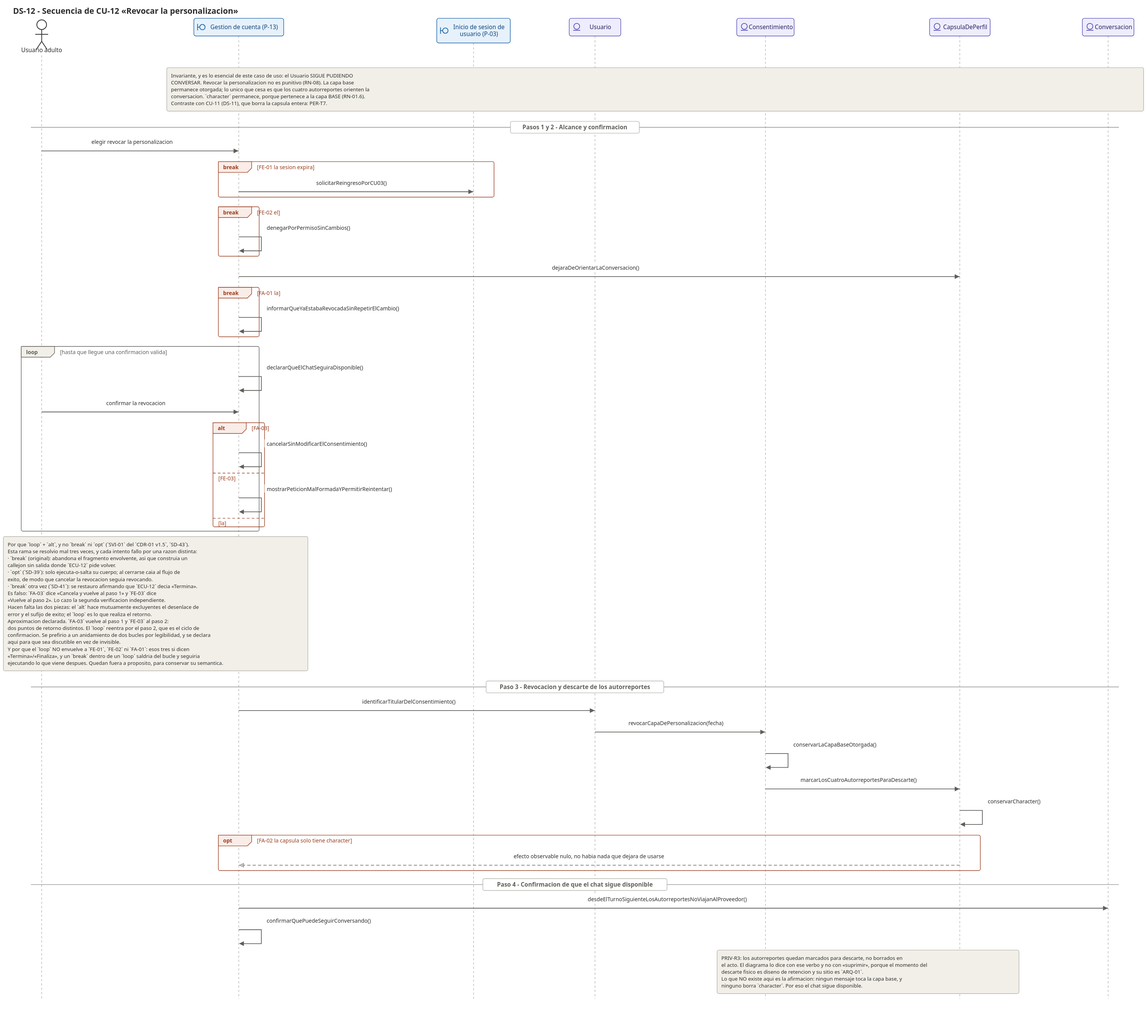
The PlantUML diagram docs/07_casos_uso/secuencia/svg/DS-12_secuencia_revocar_la_personalizacion.svg in jonatan8254/alan-aura-academico, before a commit. Its source is kept beside it as docs/07_casos_uso/secuencia/puml/DS-12_secuencia_revocar_la_personalizacion.puml.
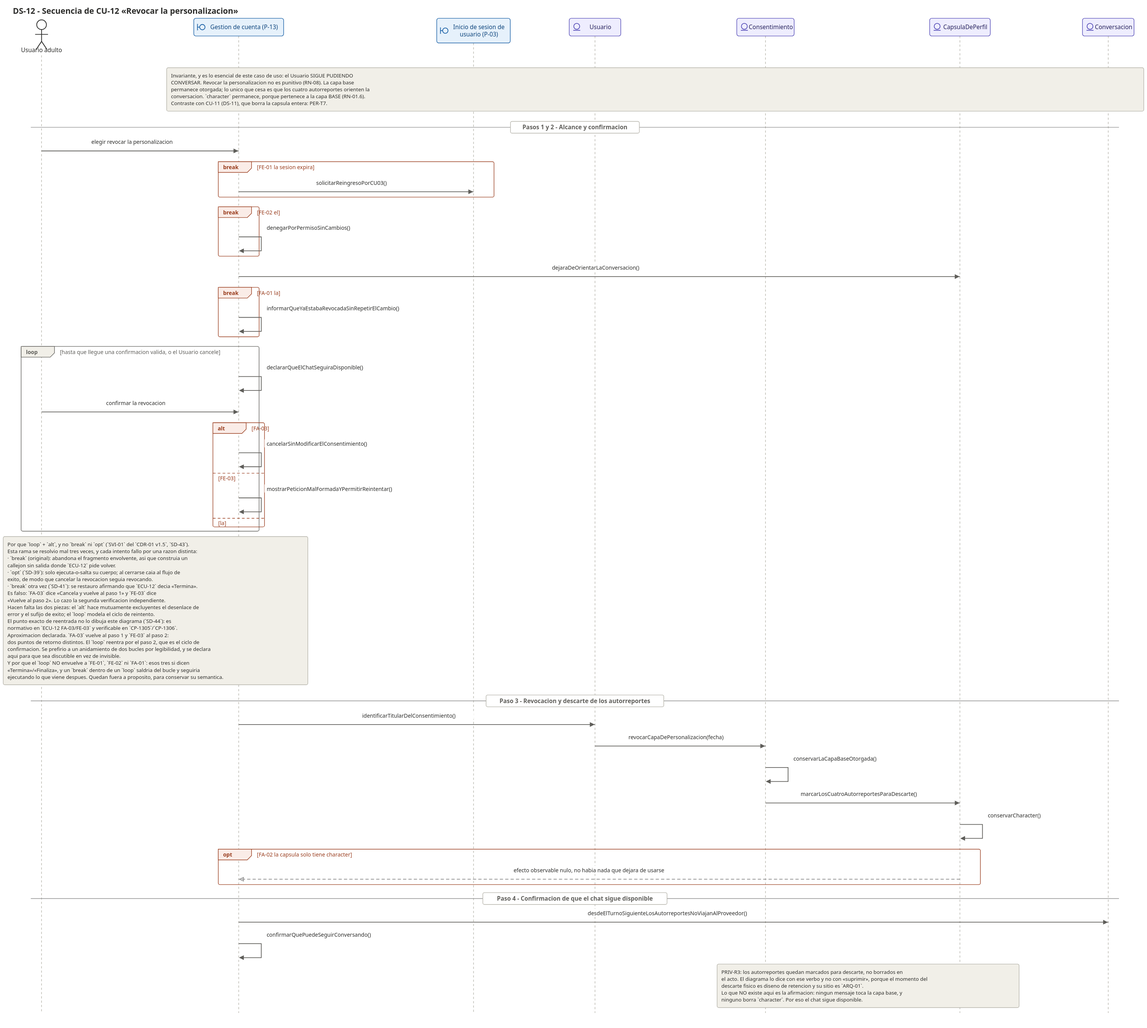
Above is the later version.

Diff of the diagram source:
```diff
@@ -38,7 +38,7 @@
   B_PaginaGestionCuenta -> B_PaginaGestionCuenta : informarQueYaEstabaRevocadaSinRepetirElCambio()
 end
 
-loop hasta que llegue una confirmacion valida
+loop hasta que llegue una confirmacion valida, o el Usuario cancele (FA-03)
   B_PaginaGestionCuenta -> B_PaginaGestionCuenta : declararQueElChatSeguiraDisponible()
   ACT_Usuario -> B_PaginaGestionCuenta : confirmar la revocacion
 
@@ -61,7 +61,9 @@
     <b>Es falso</b>: `FA-03` dice «<b>Cancela</b> y <b>vuelve</b> al paso 1» y `FE-03` dice
     «<b>Vuelve</b> al paso 2». Lo cazo la segunda verificacion independiente.
   <b>Hacen falta las dos piezas:</b> el `alt` hace mutuamente excluyentes el desenlace de
-  error y el sufijo de exito; el `loop` es lo que <b>realiza el retorno</b>.
+  error y el sufijo de exito; el `loop` modela el <b>ciclo de reintento</b>.
+  <b>El punto exacto de reentrada no lo dibuja este diagrama</b> (`SD-44`): es
+  normativo en `ECU-12 FA-03/FE-03` y verificable en `CP-1305`/`CP-1306`.
 
   <b>Aproximacion declarada.</b> `FA-03` vuelve al <b>paso 1</b> y `FE-03` al <b>paso 2</b>:
   dos puntos de retorno distintos. El `loop` reentra por el paso 2, que es el ciclo de
```
